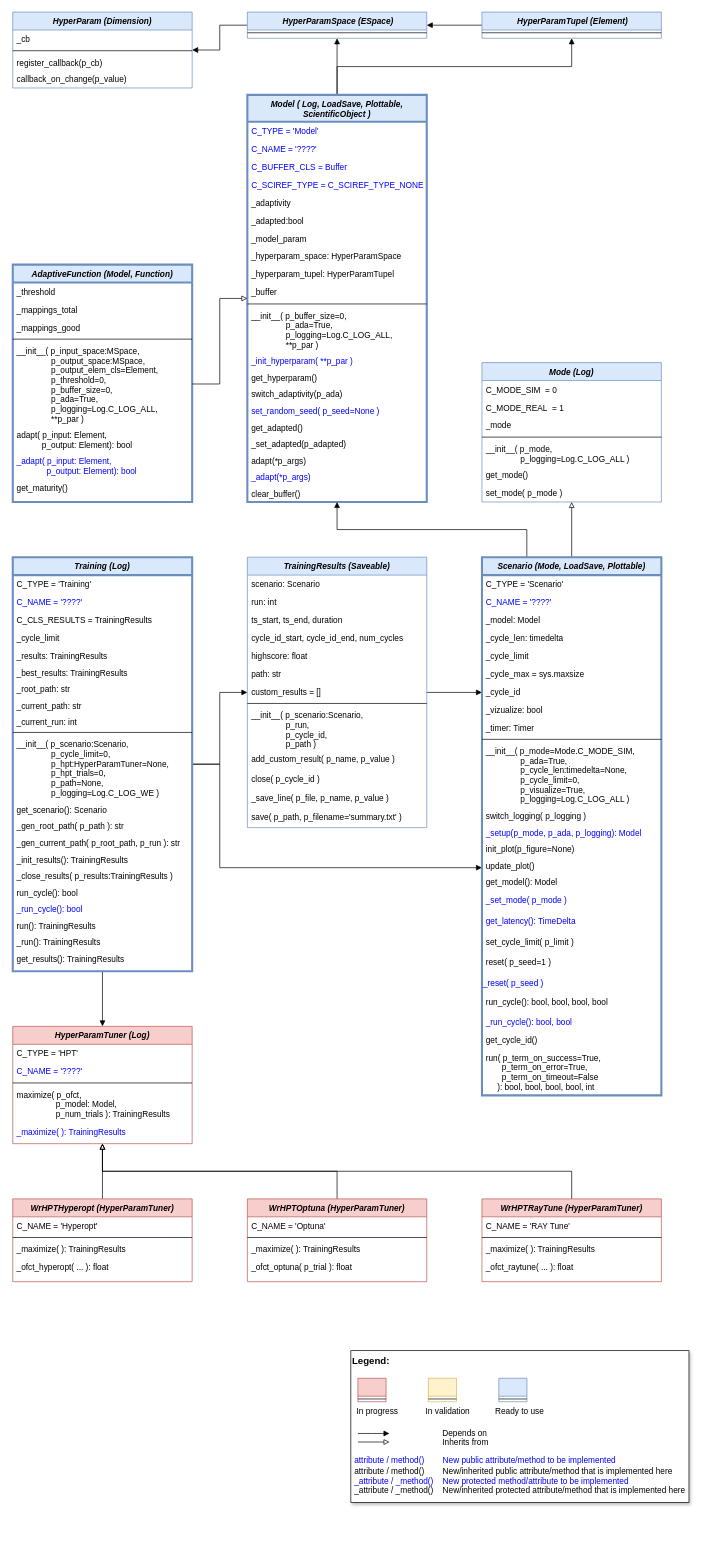
fhswf/MLPro keeps this draw.io diagram as doc/rtd/content/append2/core/images/bf/MLPro-BF-ML_class_diagram.drawio. Above is the earlier version. Source tidied: cells renumbered, new cells numbered last; positions are measured from the earlier drawing's top-left corner, leaving out a move shared by most shapes. Both pictures are drawn from the tidied source at 69%, with x=0, y=0 at pixel (12, 12).
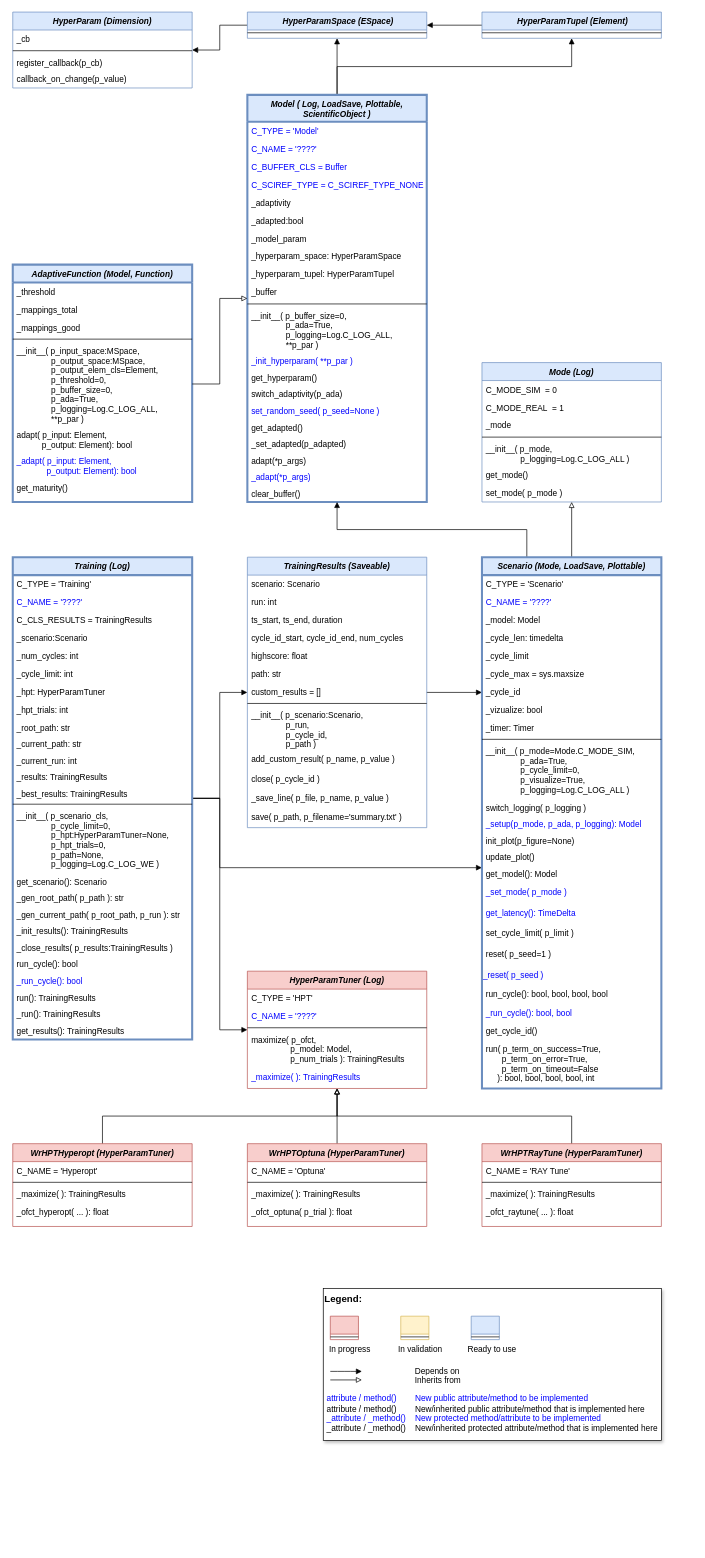
Above is the later version.

Commit message (it also covers changes not shown here):
Changes on Scenario and Training classes (ML/RL)

Change to the diagram source:
```diff
@@
     <mxCell id="47" style="edgeStyle=orthogonalEdgeStyle;rounded=0;jettySize=auto;html=1;endArrow=block;endFill=1;" parent="1" edge="1" source="49" target="120">
       <mxGeometry relative="1" as="geometry">
         <Array as="points">
-          <mxPoint x="300" y="1090" />
+          <mxPoint x="300" y="1140" />
           <mxPoint x="300" y="1240" />
         </Array>
       </mxGeometry>
     </mxCell>
@@
     <mxCell id="49" value="Training (Log)" style="swimlane;fontStyle=3;align=center;verticalAlign=top;horizontal=1;startSize=26;rounded=0;shadow=0;strokeWidth=3;fillColor=#dae8fc;strokeColor=#6c8ebf;" parent="1" vertex="1">
-      <mxGeometry y="790" width="260" height="600" as="geometry" />
+      <mxGeometry y="790" width="260" height="699" as="geometry" />
     </mxCell>
@@
+    <mxCell id="157" value="_scenario:Scenario" style="text;align=left;verticalAlign=top;spacingLeft=4;spacingRight=4;overflow=hidden;" parent="49" vertex="1">
+      <mxGeometry y="104" width="260" height="26" as="geometry" />
+    </mxCell>
+    <mxCell id="158" value="_num_cycles: int" style="text;align=left;verticalAlign=top;spacingLeft=4;spacingRight=4;overflow=hidden;" parent="49" vertex="1">
+      <mxGeometry y="130" width="260" height="26" as="geometry" />
+    </mxCell>
-    <mxCell id="53" value="_cycle_limit" style="text;align=left;verticalAlign=top;spacingLeft=4;spacingRight=4;overflow=hidden;" parent="49" vertex="1">
-      <mxGeometry y="104" width="260" height="26" as="geometry" />
+    <mxCell id="53" value="_cycle_limit: int" style="text;align=left;verticalAlign=top;spacingLeft=4;spacingRight=4;overflow=hidden;" parent="49" vertex="1">
+      <mxGeometry y="156" width="260" height="26" as="geometry" />
     </mxCell>
-    <mxCell id="54" value="_results: TrainingResults" style="text;align=left;verticalAlign=top;spacingLeft=4;spacingRight=4;overflow=hidden;" parent="49" vertex="1">
-      <mxGeometry y="130" width="260" height="24" as="geometry" />
-    </mxCell>
-    <mxCell id="55" value="_best_results: TrainingResults" style="text;align=left;verticalAlign=top;spacingLeft=4;spacingRight=4;overflow=hidden;" parent="49" vertex="1">
-      <mxGeometry y="154" width="260" height="24" as="geometry" />
-    </mxCell>
+    <mxCell id="159" value="_hpt: HyperParamTuner" style="text;align=left;verticalAlign=top;spacingLeft=4;spacingRight=4;overflow=hidden;" parent="49" vertex="1">
+      <mxGeometry y="182" width="260" height="26" as="geometry" />
+    </mxCell>
+    <mxCell id="160" value="_hpt_trials: int" style="text;align=left;verticalAlign=top;spacingLeft=4;spacingRight=4;overflow=hidden;" parent="49" vertex="1">
+      <mxGeometry y="208" width="260" height="26" as="geometry" />
+    </mxCell>
     <mxCell id="56" value="_root_path: str" style="text;align=left;verticalAlign=top;spacingLeft=4;spacingRight=4;overflow=hidden;" parent="49" vertex="1">
-      <mxGeometry y="178" width="260" height="24" as="geometry" />
+      <mxGeometry y="234" width="260" height="24" as="geometry" />
     </mxCell>
     <mxCell id="57" value="_current_path: str" style="text;align=left;verticalAlign=top;spacingLeft=4;spacingRight=4;overflow=hidden;" parent="49" vertex="1">
-      <mxGeometry y="202" width="260" height="24" as="geometry" />
+      <mxGeometry y="258" width="260" height="24" as="geometry" />
     </mxCell>
     <mxCell id="58" value="_current_run: int" style="text;align=left;verticalAlign=top;spacingLeft=4;spacingRight=4;overflow=hidden;" parent="49" vertex="1">
-      <mxGeometry y="226" width="260" height="24" as="geometry" />
+      <mxGeometry y="282" width="260" height="24" as="geometry" />
     </mxCell>
+    <mxCell id="54" value="_results: TrainingResults" style="text;align=left;verticalAlign=top;spacingLeft=4;spacingRight=4;overflow=hidden;" parent="49" vertex="1">
+      <mxGeometry y="306" width="260" height="24" as="geometry" />
+    </mxCell>
+    <mxCell id="55" value="_best_results: TrainingResults" style="text;align=left;verticalAlign=top;spacingLeft=4;spacingRight=4;overflow=hidden;" parent="49" vertex="1">
+      <mxGeometry y="330" width="260" height="24" as="geometry" />
+    </mxCell>
     <mxCell id="59" style="line;html=1;strokeWidth=1;align=left;verticalAlign=middle;spacingTop=-1;spacingLeft=3;spacingRight=3;labelPosition=right;" parent="49" vertex="1">
-      <mxGeometry y="250" width="260" height="8" as="geometry" />
+      <mxGeometry y="354" width="260" height="8" as="geometry" />
     </mxCell>
-    <mxCell id="60" value="__init__( p_scenario:Scenario,&#10;               p_cycle_limit=0,&#10;               p_hpt:HyperParamTuner=None,&#10;               p_hpt_trials=0,&#10;               p_path=None,&#10;               p_logging=Log.C_LOG_WE )" style="text;align=left;verticalAlign=top;spacingLeft=4;spacingRight=4;overflow=hidden;" parent="49" vertex="1">
-      <mxGeometry y="258" width="260" height="95" as="geometry" />
+    <mxCell id="60" value="__init__( p_scenario_cls,&#10;               p_cycle_limit=0,&#10;               p_hpt:HyperParamTuner=None,&#10;               p_hpt_trials=0,&#10;               p_path=None,&#10;               p_logging=Log.C_LOG_WE )" style="text;align=left;verticalAlign=top;spacingLeft=4;spacingRight=4;overflow=hidden;" parent="49" vertex="1">
+      <mxGeometry y="362" width="260" height="95" as="geometry" />
     </mxCell>
     <mxCell id="61" value="get_scenario(): Scenario" style="text;align=left;verticalAlign=top;spacingLeft=4;spacingRight=4;overflow=hidden;" parent="49" vertex="1">
-      <mxGeometry y="353" width="260" height="24" as="geometry" />
+      <mxGeometry y="457" width="260" height="24" as="geometry" />
     </mxCell>
     <mxCell id="62" value="_gen_root_path( p_path ): str" style="text;align=left;verticalAlign=top;spacingLeft=4;spacingRight=4;overflow=hidden;" parent="49" vertex="1">
-      <mxGeometry y="377" width="260" height="24" as="geometry" />
+      <mxGeometry y="481" width="260" height="24" as="geometry" />
     </mxCell>
     <mxCell id="63" value="_gen_current_path( p_root_path, p_run ): str" style="text;align=left;verticalAlign=top;spacingLeft=4;spacingRight=4;overflow=hidden;" parent="49" vertex="1">
-      <mxGeometry y="401" width="260" height="24" as="geometry" />
+      <mxGeometry y="505" width="260" height="24" as="geometry" />
     </mxCell>
     <mxCell id="64" value="_init_results(): TrainingResults" style="text;align=left;verticalAlign=top;spacingLeft=4;spacingRight=4;overflow=hidden;" parent="49" vertex="1">
-      <mxGeometry y="425" width="260" height="24" as="geometry" />
+      <mxGeometry y="529" width="260" height="24" as="geometry" />
     </mxCell>
     <mxCell id="65" value="_close_results( p_results:TrainingResults )" style="text;align=left;verticalAlign=top;spacingLeft=4;spacingRight=4;overflow=hidden;" parent="49" vertex="1">
-      <mxGeometry y="449" width="260" height="24" as="geometry" />
+      <mxGeometry y="553" width="260" height="24" as="geometry" />
     </mxCell>
     <mxCell id="66" value="run_cycle(): bool" style="text;align=left;verticalAlign=top;spacingLeft=4;spacingRight=4;overflow=hidden;" parent="49" vertex="1">
-      <mxGeometry y="473" width="260" height="24" as="geometry" />
+      <mxGeometry y="577" width="260" height="24" as="geometry" />
     </mxCell>
     <mxCell id="67" value="_run_cycle(): bool" style="text;align=left;verticalAlign=top;spacingLeft=4;spacingRight=4;overflow=hidden;fontColor=#0000FF;" parent="49" vertex="1">
-      <mxGeometry y="497" width="260" height="24" as="geometry" />
+      <mxGeometry y="601" width="260" height="24" as="geometry" />
     </mxCell>
     <mxCell id="68" value="run(): TrainingResults" style="text;align=left;verticalAlign=top;spacingLeft=4;spacingRight=4;overflow=hidden;" parent="49" vertex="1">
-      <mxGeometry y="521" width="260" height="24" as="geometry" />
+      <mxGeometry y="625" width="260" height="24" as="geometry" />
     </mxCell>
     <mxCell id="69" value="_run(): TrainingResults" style="text;align=left;verticalAlign=top;spacingLeft=4;spacingRight=4;overflow=hidden;" parent="49" vertex="1">
-      <mxGeometry y="545" width="260" height="24" as="geometry" />
+      <mxGeometry y="649" width="260" height="24" as="geometry" />
     </mxCell>
     <mxCell id="70" value="get_results(): TrainingResults" style="text;align=left;verticalAlign=top;spacingLeft=4;spacingRight=4;overflow=hidden;" parent="49" vertex="1">
-      <mxGeometry y="569" width="260" height="26" as="geometry" />
+      <mxGeometry y="673" width="260" height="26" as="geometry" />
     </mxCell>
@@
     <mxCell id="87" value="HyperParamTuner (Log)" style="swimlane;fontStyle=3;align=center;verticalAlign=top;horizontal=1;startSize=26;rounded=0;shadow=0;strokeWidth=1;fillColor=#f8cecc;strokeColor=#b85450;" parent="1" vertex="1">
-      <mxGeometry y="1470" width="260" height="170" as="geometry" />
+      <mxGeometry x="340" y="1390" width="260" height="170" as="geometry" />
     </mxCell>
@@
     <mxCell id="94" value="WrHPTOptuna (HyperParamTuner)" style="swimlane;fontStyle=3;align=center;verticalAlign=top;horizontal=1;startSize=26;rounded=0;shadow=0;strokeWidth=1;fillColor=#f8cecc;strokeColor=#b85450;" parent="1" vertex="1">
-      <mxGeometry x="340" y="1720" width="260" height="120" as="geometry" />
+      <mxGeometry x="340" y="1640" width="260" height="120" as="geometry" />
     </mxCell>
@@
     <mxCell id="100" value="WrHPTRayTune (HyperParamTuner)" style="swimlane;fontStyle=3;align=center;verticalAlign=top;horizontal=1;startSize=26;rounded=0;shadow=0;strokeWidth=1;fillColor=#f8cecc;strokeColor=#b85450;" parent="1" vertex="1">
-      <mxGeometry x="680" y="1720" width="260" height="120" as="geometry" />
+      <mxGeometry x="680" y="1640" width="260" height="120" as="geometry" />
     </mxCell>
@@
     <mxCell id="106" value="WrHPTHyperopt (HyperParamTuner)" style="swimlane;fontStyle=3;align=center;verticalAlign=top;horizontal=1;startSize=26;rounded=0;shadow=0;strokeWidth=1;fillColor=#f8cecc;strokeColor=#b85450;" parent="1" vertex="1">
-      <mxGeometry y="1720" width="260" height="120" as="geometry" />
+      <mxGeometry y="1640" width="260" height="120" as="geometry" />
     </mxCell>
@@
     <mxCell id="120" value="Scenario (Mode, LoadSave, Plottable)" style="swimlane;fontStyle=3;align=center;verticalAlign=top;horizontal=1;startSize=26;rounded=0;shadow=0;strokeWidth=3;fillColor=#dae8fc;strokeColor=#6c8ebf;" parent="1" vertex="1">
-      <mxGeometry x="680" y="790" width="260" height="780" as="geometry" />
+      <mxGeometry x="680" y="790" width="260" height="770" as="geometry" />
     </mxCell>
@@
-    <mxCell id="131" value="__init__( p_mode=Mode.C_MODE_SIM,&#10;               p_ada=True, &#10;               p_cycle_len:timedelta=None,&#10;               p_cycle_limit=0,&#10;               p_visualize=True,&#10;               p_logging=Log.C_LOG_ALL )" style="text;align=left;verticalAlign=top;spacingLeft=4;spacingRight=4;overflow=hidden;" parent="120" vertex="1">
-      <mxGeometry y="268" width="260" height="94" as="geometry" />
+    <mxCell id="131" value="__init__( p_mode=Mode.C_MODE_SIM,&#10;               p_ada=True, &#10;               p_cycle_limit=0,&#10;               p_visualize=True,&#10;               p_logging=Log.C_LOG_ALL )" style="text;align=left;verticalAlign=top;spacingLeft=4;spacingRight=4;overflow=hidden;" parent="120" vertex="1">
+      <mxGeometry y="268" width="260" height="82" as="geometry" />
     </mxCell>
     <mxCell id="132" value="switch_logging( p_logging )" style="text;align=left;verticalAlign=top;spacingLeft=4;spacingRight=4;overflow=hidden;" parent="120" vertex="1">
-      <mxGeometry y="362" width="260" height="24" as="geometry" />
+      <mxGeometry y="350" width="260" height="24" as="geometry" />
     </mxCell>
     <mxCell id="133" value="_setup(p_mode, p_ada, p_logging): Model" style="text;align=left;verticalAlign=top;spacingLeft=4;spacingRight=4;overflow=hidden;fontColor=#0000FF;" parent="120" vertex="1">
-      <mxGeometry y="386" width="260" height="24" as="geometry" />
+      <mxGeometry y="374" width="260" height="24" as="geometry" />
     </mxCell>
     <mxCell id="134" value="init_plot(p_figure=None)" style="text;align=left;verticalAlign=top;spacingLeft=4;spacingRight=4;overflow=hidden;" parent="120" vertex="1">
-      <mxGeometry y="410" width="260" height="24" as="geometry" />
+      <mxGeometry y="398" width="260" height="24" as="geometry" />
     </mxCell>
     <mxCell id="135" value="update_plot()" style="text;align=left;verticalAlign=top;spacingLeft=4;spacingRight=4;overflow=hidden;" parent="120" vertex="1">
-      <mxGeometry y="434" width="260" height="24" as="geometry" />
+      <mxGeometry y="422" width="260" height="24" as="geometry" />
     </mxCell>
     <mxCell id="136" value="get_model(): Model" style="text;align=left;verticalAlign=top;spacingLeft=4;spacingRight=4;overflow=hidden;" parent="120" vertex="1">
-      <mxGeometry y="458" width="260" height="26" as="geometry" />
+      <mxGeometry y="446" width="260" height="26" as="geometry" />
     </mxCell>
     <mxCell id="137" value="_set_mode( p_mode )" style="text;align=left;verticalAlign=top;spacingLeft=4;spacingRight=4;overflow=hidden;fontColor=#0000FF;" parent="120" vertex="1">
-      <mxGeometry y="484" width="260" height="30" as="geometry" />
+      <mxGeometry y="472" width="260" height="30" as="geometry" />
     </mxCell>
     <mxCell id="138" value="get_latency(): TimeDelta" style="text;align=left;verticalAlign=top;spacingLeft=4;spacingRight=4;overflow=hidden;fontColor=#0000FF;" parent="120" vertex="1">
-      <mxGeometry y="514" width="260" height="30" as="geometry" />
+      <mxGeometry y="502" width="260" height="30" as="geometry" />
     </mxCell>
     <mxCell id="139" value="set_cycle_limit( p_limit )" style="text;align=left;verticalAlign=top;spacingLeft=4;spacingRight=4;overflow=hidden;" parent="120" vertex="1">
-      <mxGeometry y="544" width="260" height="30" as="geometry" />
+      <mxGeometry y="532" width="260" height="30" as="geometry" />
     </mxCell>
     <mxCell id="140" value="reset( p_seed=1 )" style="text;align=left;verticalAlign=top;spacingLeft=4;spacingRight=4;overflow=hidden;" parent="120" vertex="1">
-      <mxGeometry y="574" width="260" height="30" as="geometry" />
+      <mxGeometry y="562" width="260" height="30" as="geometry" />
     </mxCell>
     <mxCell id="141" value="&lt;span style=&quot;color: rgb(0 , 0 , 255) ; font-family: &amp;#34;helvetica&amp;#34; ; font-size: 12px ; font-style: normal ; font-weight: 400 ; letter-spacing: normal ; text-align: left ; text-indent: 0px ; text-transform: none ; word-spacing: 0px ; background-color: rgb(248 , 249 , 250) ; display: inline ; float: none&quot;&gt;_reset( p_seed )&lt;/span&gt;" style="text;whiteSpace=wrap;html=1;fontColor=#000000;" parent="120" vertex="1">
-      <mxGeometry y="604" width="260" height="28" as="geometry" />
+      <mxGeometry y="592" width="260" height="28" as="geometry" />
     </mxCell>
     <mxCell id="142" value="run_cycle(): bool, bool, bool, bool" style="text;align=left;verticalAlign=top;spacingLeft=4;spacingRight=4;overflow=hidden;" parent="120" vertex="1">
-      <mxGeometry y="632" width="260" height="28" as="geometry" />
+      <mxGeometry y="620" width="260" height="28" as="geometry" />
     </mxCell>
     <mxCell id="143" value="_run_cycle(): bool, bool" style="text;align=left;verticalAlign=top;spacingLeft=4;spacingRight=4;overflow=hidden;fontColor=#0000FF;" parent="120" vertex="1">
-      <mxGeometry y="660" width="260" height="26" as="geometry" />
+      <mxGeometry y="648" width="260" height="26" as="geometry" />
     </mxCell>
     <mxCell id="144" value="get_cycle_id()" style="text;align=left;verticalAlign=top;spacingLeft=4;spacingRight=4;overflow=hidden;" parent="120" vertex="1">
-      <mxGeometry y="686" width="260" height="26" as="geometry" />
+      <mxGeometry y="674" width="260" height="26" as="geometry" />
     </mxCell>
     <mxCell id="145" value="run( p_term_on_success=True, &#10;       p_term_on_error=True,&#10;       p_term_on_timeout=False &#10;     ): bool, bool, bool, bool, int " style="text;align=left;verticalAlign=top;spacingLeft=4;spacingRight=4;overflow=hidden;" parent="120" vertex="1">
-      <mxGeometry y="712" width="260" height="68" as="geometry" />
+      <mxGeometry y="700" width="260" height="68" as="geometry" />
     </mxCell>
     <mxCell id="146" style="group;" parent="1" vertex="1">
-      <mxGeometry x="490" y="1940" width="490" height="220" as="geometry" />
+      <mxGeometry x="450" y="1850" width="490" height="220" as="geometry" />
     </mxCell>
```
